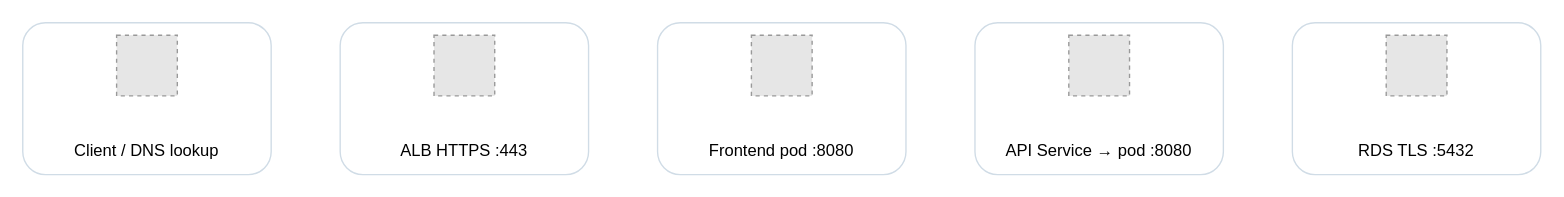
The draw.io diagram workshop/static/images/request-path.drawio in toannd021104/eks-defense-in-depth-workshop, before the edit. Source tidied: cells renumbered, new cells numbered last; positions are measured from the earlier drawing's top-left corner, leaving out a move shared by most shapes. Both pictures are drawn from the tidied source at 138%, with x=0, y=0 at pixel (22, 22). Pictures stored in the file or linked from it are replaced by grey dashed boxes.
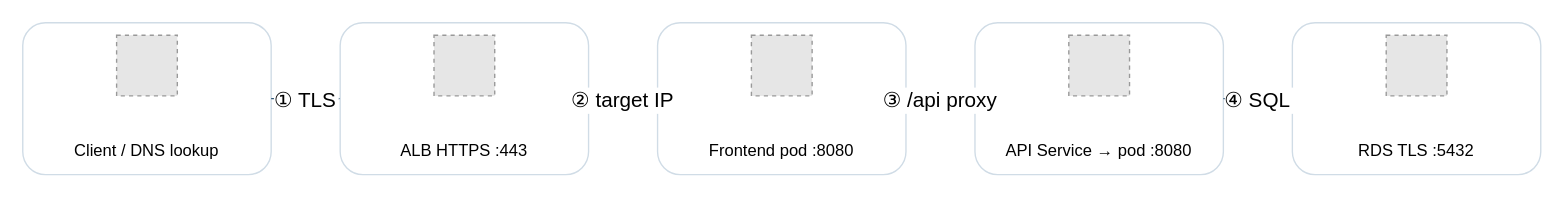
The same page after the edit.

Diff of the diagram source:
```diff
@@
-<mxGraphModel>
+<mxGraphModel background="#ffffff">
   <root>
     <mxCell id="0" />
     <mxCell id="1" parent="0" />
     <mxCell id="2" value="Client / DNS lookup" style="rounded=1;fillColor=#ffffff;strokeColor=#d0dce6;verticalAlign=bottom;spacingBottom=8;" parent="1" vertex="1">
       <mxGeometry width="180" height="110" as="geometry" />
     </mxCell>
     <mxCell id="3" value="ALB HTTPS :443" style="rounded=1;fillColor=#ffffff;strokeColor=#d0dce6;verticalAlign=bottom;spacingBottom=8;" parent="1" vertex="1">
       <mxGeometry x="230" width="180" height="110" as="geometry" />
     </mxCell>
     <mxCell id="4" value="Frontend pod :8080" style="rounded=1;fillColor=#ffffff;strokeColor=#d0dce6;verticalAlign=bottom;spacingBottom=8;" parent="1" vertex="1">
       <mxGeometry x="460" width="180" height="110" as="geometry" />
     </mxCell>
     <mxCell id="5" value="API Service → pod :8080" style="rounded=1;fillColor=#ffffff;strokeColor=#d0dce6;verticalAlign=bottom;spacingBottom=8;" parent="1" vertex="1">
       <mxGeometry x="690" width="180" height="110" as="geometry" />
     </mxCell>
     <mxCell id="6" value="RDS TLS :5432" style="rounded=1;fillColor=#ffffff;strokeColor=#d0dce6;verticalAlign=bottom;spacingBottom=8;" parent="1" vertex="1">
       <mxGeometry x="920" width="180" height="110" as="geometry" />
     </mxCell>
     <mxCell id="7" style="fillColor=#E6E6E6;strokeColor=#999999;dashed=1;" parent="1" vertex="1">
       <mxGeometry x="68" y="9" width="44" height="44" as="geometry" />
     </mxCell>
     <mxCell id="8" style="fillColor=#E6E6E6;strokeColor=#999999;dashed=1;" parent="1" vertex="1">
       <mxGeometry x="298" y="9" width="44" height="44" as="geometry" />
     </mxCell>
     <mxCell id="9" style="fillColor=#E6E6E6;strokeColor=#999999;dashed=1;" parent="1" vertex="1">
       <mxGeometry x="528" y="9" width="44" height="44" as="geometry" />
     </mxCell>
     <mxCell id="10" style="fillColor=#E6E6E6;strokeColor=#999999;dashed=1;" parent="1" vertex="1">
       <mxGeometry x="758" y="9" width="44" height="44" as="geometry" />
     </mxCell>
     <mxCell id="11" style="fillColor=#E6E6E6;strokeColor=#999999;dashed=1;" parent="1" vertex="1">
       <mxGeometry x="988" y="9" width="44" height="44" as="geometry" />
     </mxCell>
-    <mxCell id="12" value="① TLS" style="edgeStyle=orthogonalEdgeStyle;endArrow=open;strokeColor=#315675;" parent="1" edge="1">
+    <mxCell id="12" value="① TLS" style="edgeStyle=orthogonalEdgeStyle;endArrow=open;fontSize=15;strokeColor=#315675;exitX=1.0;exitY=0.5;exitPerimeter=0;entryX=0.0;entryY=0.5;entryPerimeter=0;" parent="1" edge="1" source="2" target="3">
       <mxGeometry relative="1" as="geometry" />
     </mxCell>
-    <mxCell id="13" value="② target IP" style="edgeStyle=orthogonalEdgeStyle;endArrow=open;strokeColor=#315675;" parent="1" edge="1">
+    <mxCell id="13" value="② target IP" style="edgeStyle=orthogonalEdgeStyle;endArrow=open;fontSize=15;strokeColor=#315675;exitX=1.0;exitY=0.5;exitPerimeter=0;entryX=0.0;entryY=0.5;entryPerimeter=0;" parent="1" edge="1" source="3" target="4">
       <mxGeometry relative="1" as="geometry" />
     </mxCell>
-    <mxCell id="14" value="③ /api proxy" style="edgeStyle=orthogonalEdgeStyle;endArrow=open;strokeColor=#315675;" parent="1" edge="1">
+    <mxCell id="14" value="③ /api proxy" style="edgeStyle=orthogonalEdgeStyle;endArrow=open;fontSize=15;strokeColor=#315675;exitX=1.0;exitY=0.5;exitPerimeter=0;entryX=0.0;entryY=0.5;entryPerimeter=0;" parent="1" edge="1" source="4" target="5">
       <mxGeometry relative="1" as="geometry" />
     </mxCell>
-    <mxCell id="15" value="④ SQL" style="edgeStyle=orthogonalEdgeStyle;endArrow=open;strokeColor=#315675;" parent="1" edge="1">
+    <mxCell id="15" value="④ SQL" style="edgeStyle=orthogonalEdgeStyle;endArrow=open;fontSize=15;strokeColor=#315675;exitX=1.0;exitY=0.5;exitPerimeter=0;entryX=0.0;entryY=0.5;entryPerimeter=0;" parent="1" edge="1" source="5" target="6">
       <mxGeometry relative="1" as="geometry" />
     </mxCell>
   </root>
 </mxGraphModel>
```
